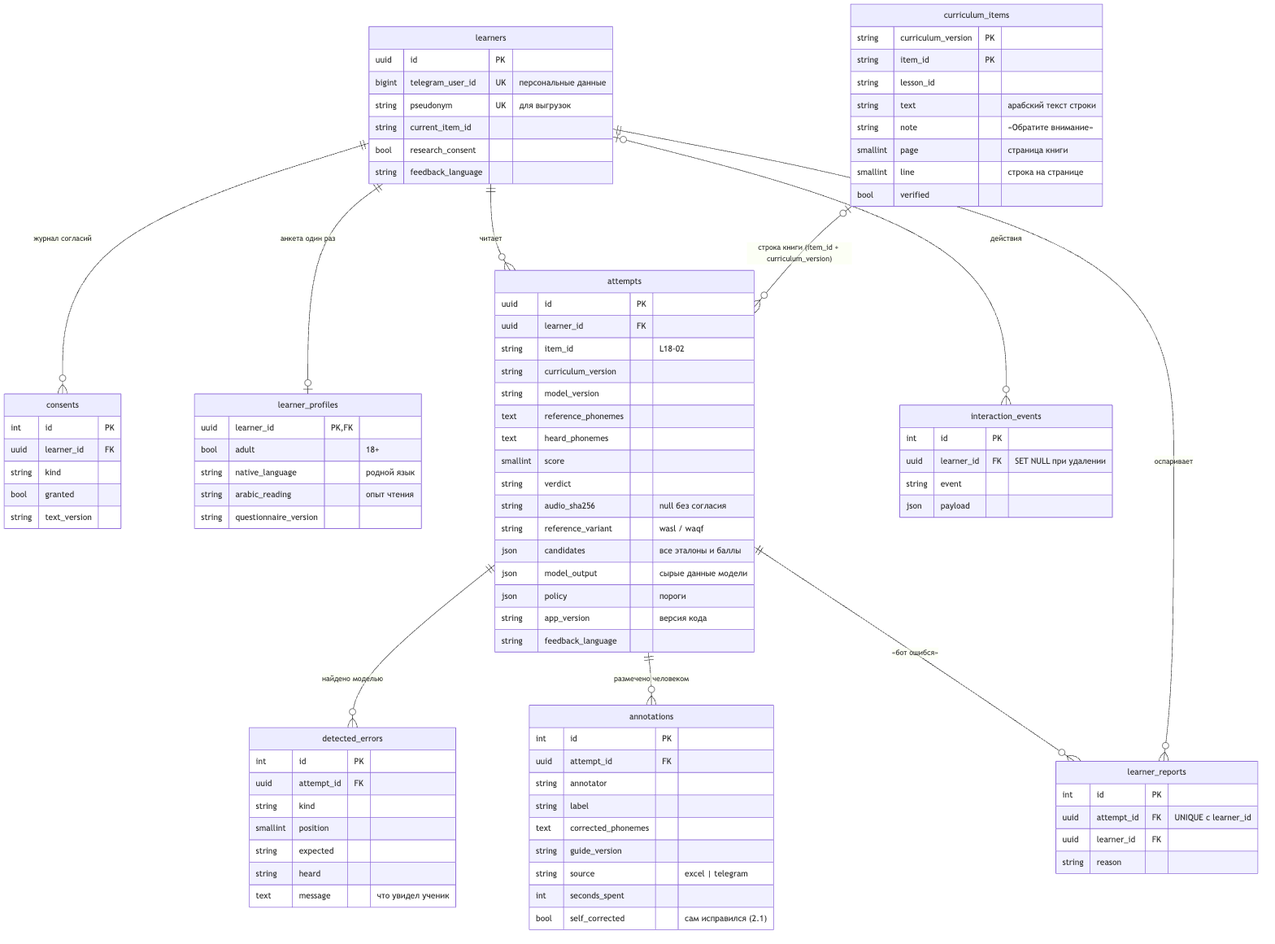
Earlier version of the Mermaid export docs/architecture/diagrams/04-er.png (abdra04-gif/muallim). Its source is kept beside it as docs/architecture/diagrams/04-er.mmd.
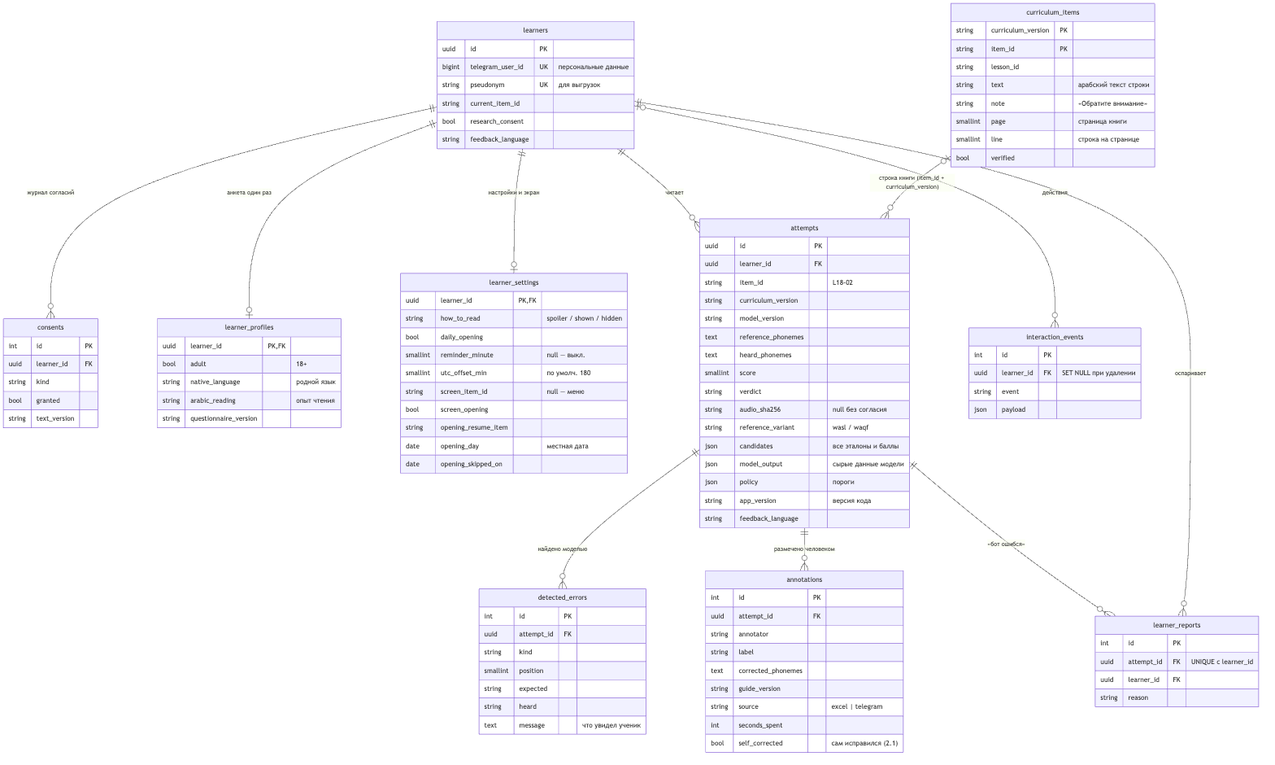
The same file after the commit.

The edit, as a diff of the source:
```diff
@@ -1,6 +1,7 @@
 erDiagram
     learners ||--o{ consents : "журнал согласий"
     learners ||--o| learner_profiles : "анкета один раз"
+    learners ||--o| learner_settings : "настройки и экран"
     learners ||--o{ attempts : "читает"
     learners |o--o{ interaction_events : "действия"
     attempts ||--o{ detected_errors : "найдено моделью"
@@ -30,6 +31,18 @@
         string native_language "родной язык"
         string arabic_reading "опыт чтения"
         string questionnaire_version
+    }
+    learner_settings {
+        uuid learner_id PK,FK
+        string how_to_read "spoiler / shown / hidden"
+        bool daily_opening
+        smallint reminder_minute "null — выкл."
+        smallint utc_offset_min "по умолч. 180"
+        string screen_item_id "null — меню"
+        bool screen_opening
+        string opening_resume_item
+        date opening_day "местная дата"
+        date opening_skipped_on
     }
     attempts {
         uuid id PK
```
